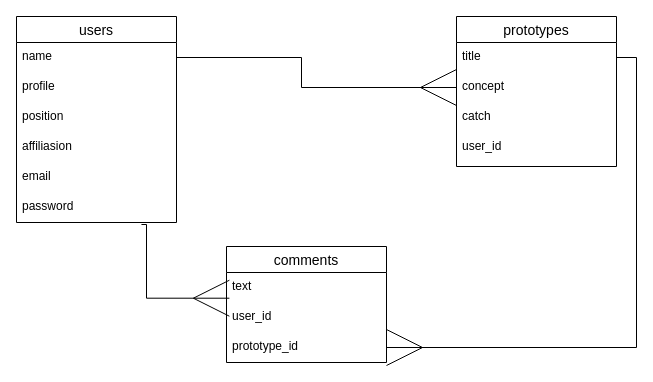
tomons291/protospace-fukui2021-monaka keeps this draw.io diagram as er.dio. Above is the earlier version. Source tidied: cells renumbered, new cells numbered last; positions are measured from the earlier drawing's top-left corner, leaving out a move shared by most shapes. Both pictures are drawn from the tidied source at 100%, with x=0, y=0 at pixel (16, 16).
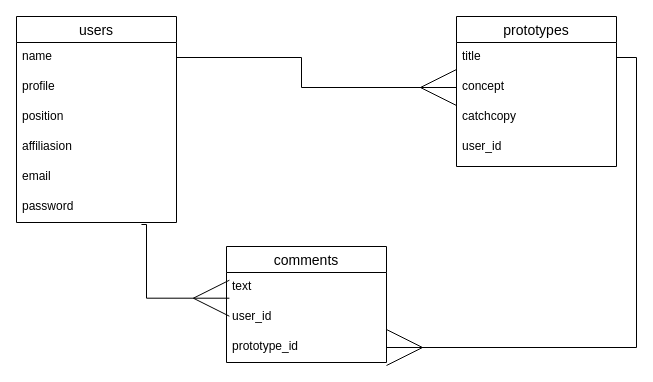
Above is the later version.

Commit message:
再度描き直し

The change refers to these unchanged cells:
```xml
<mxCell id="2" value="prototypes" style="swimlane;fontStyle=0;horizontal=1;startSize=26;align=center;fontSize=14;" parent="1" vertex="1">
  <mxGeometry x="440" width="160" height="150" as="geometry" />
</mxCell>
```

What changed in the source:
```diff
@@
-    <mxCell id="5" value="catch" style="text;strokeColor=none;fillColor=none;spacingLeft=4;spacingRight=4;overflow=hidden;fontSize=12;" parent="2" vertex="1">
+    <mxCell id="5" value="catchcopy" style="text;strokeColor=none;fillColor=none;spacingLeft=4;spacingRight=4;overflow=hidden;fontSize=12;" parent="2" vertex="1">
       <mxGeometry y="86" width="160" height="30" as="geometry" />
     </mxCell>
```
